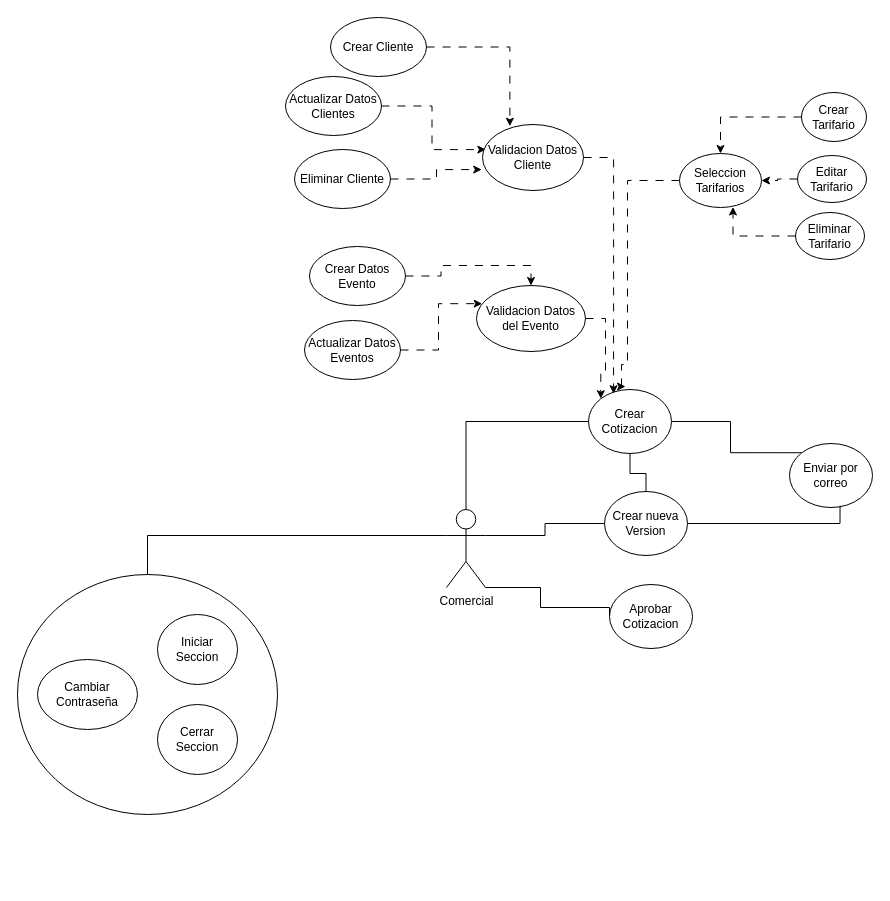
Armadillo-Land/Armadillo_APP keeps this draw.io diagram as UML Casos de Uso Armadillo APP.drawio. Above is the earlier version. Source tidied: cells renumbered, new cells numbered last; positions are measured from the earlier drawing's top-left corner, leaving out a move shared by most shapes. Both pictures are drawn from the tidied source at 100%, with x=0, y=0 at pixel (17, 17).
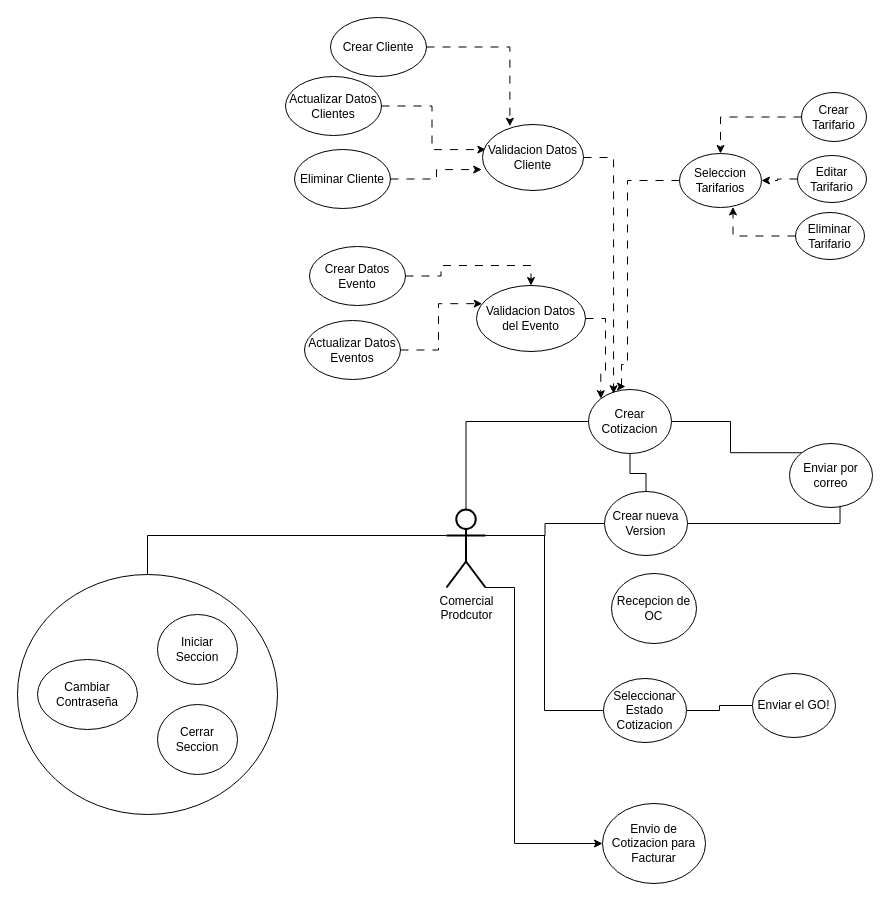
After the change.

Change to the diagram source:
```diff
@@
-    <mxCell id="7" style="edgeStyle=orthogonalEdgeStyle;rounded=0;jettySize=auto;html=1;entryX=0;entryY=0.5;entryDx=0;entryDy=0;endArrow=none;endFill=0;exitX=1;exitY=1;exitDx=0;exitDy=0;exitPerimeter=0;" parent="1" edge="1" source="8" target="39">
-      <mxGeometry relative="1" as="geometry">
-        <Array as="points">
-          <mxPoint x="523" y="570" />
-          <mxPoint x="523" y="590" />
-        </Array>
-      </mxGeometry>
+    <mxCell id="7" style="edgeStyle=orthogonalEdgeStyle;rounded=0;jettySize=auto;html=1;entryX=0;entryY=0.5;entryDx=0;entryDy=0;exitX=1;exitY=0.3333333333333333;exitDx=0;exitDy=0;exitPerimeter=0;endArrow=none;endFill=0;" parent="1" edge="1" source="8" target="39">
+      <mxGeometry relative="1" as="geometry" />
     </mxCell>
+    <mxCell id="40" style="edgeStyle=orthogonalEdgeStyle;rounded=0;jettySize=auto;html=1;entryX=0;entryY=0.5;entryDx=0;entryDy=0;exitX=1;exitY=1;exitDx=0;exitDy=0;exitPerimeter=0;" parent="1" edge="1" source="8" target="43">
+      <mxGeometry relative="1" as="geometry">
+        <Array as="points">
+          <mxPoint x="497" y="570" />
+          <mxPoint x="497" y="826" />
+        </Array>
+      </mxGeometry>
+    </mxCell>
-    <mxCell id="8" value="Comercial" style="shape=umlActor;verticalLabelPosition=bottom;verticalAlign=top;html=1;" parent="1" vertex="1">
+    <mxCell id="8" value="Comercial&lt;div&gt;Prodcutor&lt;/div&gt;" style="shape=umlActor;verticalLabelPosition=bottom;verticalAlign=top;html=1;strokeColor=light-dark(#000000,#FF66B3);fontColor=light-dark(#000000,#FF66B3);strokeWidth=2;" parent="1" vertex="1">
       <mxGeometry x="429" y="492" width="39" height="78" as="geometry" />
     </mxCell>
@@
+    <mxCell id="41" style="edgeStyle=orthogonalEdgeStyle;rounded=0;jettySize=auto;html=1;endArrow=none;endFill=0;" parent="1" edge="1" source="39" target="44">
+      <mxGeometry relative="1" as="geometry" />
+    </mxCell>
-    <mxCell id="39" value="Aprobar Cotizacion" style="ellipse;whiteSpace=wrap;html=1;" parent="1" vertex="1">
-      <mxGeometry x="592" y="567" width="83" height="64" as="geometry" />
+    <mxCell id="39" value="Seleccionar Estado Cotizacion" style="ellipse;whiteSpace=wrap;html=1;" parent="1" vertex="1">
+      <mxGeometry x="586" y="661" width="83" height="64" as="geometry" />
     </mxCell>
+    <mxCell id="42" value="Recepcion de OC" style="ellipse;whiteSpace=wrap;html=1;strokeColor=light-dark(#000000,#FF0080);" parent="1" vertex="1">
+      <mxGeometry x="594" y="556" width="85" height="70" as="geometry" />
+    </mxCell>
+    <mxCell id="43" value="Envio de Cotizacion para Facturar" style="ellipse;whiteSpace=wrap;html=1;" parent="1" vertex="1">
+      <mxGeometry x="585" y="786" width="103" height="80" as="geometry" />
+    </mxCell>
+    <mxCell id="44" value="Enviar el GO!" style="ellipse;whiteSpace=wrap;html=1;" parent="1" vertex="1">
+      <mxGeometry x="735" y="656" width="83" height="64" as="geometry" />
+    </mxCell>
```
